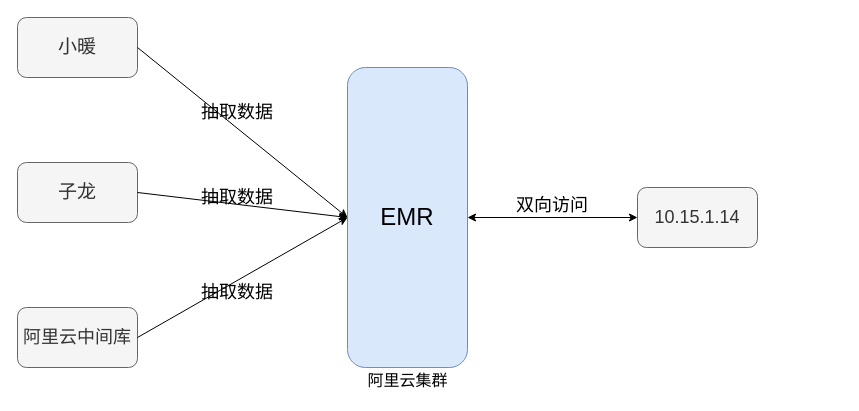
This is pet_data_warehouse/网络访问图.drawio from fangzheng0518/draw, a draw.io file, before an edit. Source tidied: cells renumbered, new cells numbered last; positions are measured from the earlier drawing's top-left corner, leaving out a move shared by most shapes. Both pictures are drawn from the tidied source at 100%, with x=0, y=0 at pixel (17, 17).
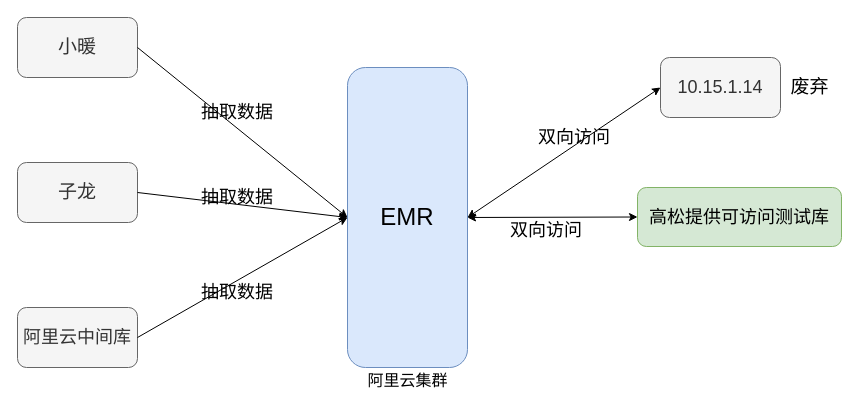
After the change.

Commit message:
更新网络访问图.drawio

The change refers to these unchanged cells:
```xml
<mxCell id="2" value="&lt;font style=&quot;font-size: 24px&quot;&gt;EMR&lt;/font&gt;" style="rounded=1;whiteSpace=wrap;html=1;fillColor=#dae8fc;strokeColor=#6c8ebf;" parent="1" vertex="1">
  <mxGeometry x="330" y="50" width="120" height="300" as="geometry" />
</mxCell>
```

Change to the diagram source:
```diff
@@
     <mxCell id="9" value="&lt;font style=&quot;font-size: 18px&quot;&gt;10.15.1.14&lt;/font&gt;" style="rounded=1;whiteSpace=wrap;html=1;fillColor=#f5f5f5;strokeColor=#666666;fontColor=#333333;" parent="1" vertex="1">
-      <mxGeometry x="620" y="170" width="120" height="60" as="geometry" />
+      <mxGeometry x="643" y="40" width="120" height="60" as="geometry" />
     </mxCell>
@@
     <mxCell id="11" value="&lt;font style=&quot;font-size: 18px&quot;&gt;双向访问&lt;/font&gt;" style="text;html=1;strokeColor=none;fillColor=none;align=center;verticalAlign=middle;whiteSpace=wrap;rounded=0;" parent="1" vertex="1">
-      <mxGeometry x="480" y="175" width="110" height="25" as="geometry" />
+      <mxGeometry x="502" y="107.5" width="110" height="25" as="geometry" />
     </mxCell>
@@
+    <mxCell id="16" value="&lt;font style=&quot;font-size: 18px&quot;&gt;高松提供可访问测试库&lt;/font&gt;" style="rounded=1;whiteSpace=wrap;html=1;fillColor=#d5e8d4;strokeColor=#82b366;" parent="1" vertex="1">
+      <mxGeometry x="620" y="170" width="204" height="59" as="geometry" />
+    </mxCell>
+    <mxCell id="17" style="endArrow=classic;startArrow=classic;html=1;exitX=1;exitY=0.5;exitDx=0;exitDy=0;entryX=0;entryY=0.5;entryDx=0;entryDy=0;" parent="1" edge="1" source="2" target="16">
+      <mxGeometry relative="1" as="geometry" />
+    </mxCell>
+    <mxCell id="18" value="&lt;font style=&quot;font-size: 18px&quot;&gt;双向访问&lt;/font&gt;" style="text;html=1;strokeColor=none;fillColor=none;align=center;verticalAlign=middle;whiteSpace=wrap;rounded=0;" parent="1" vertex="1">
+      <mxGeometry x="474" y="200" width="110" height="25" as="geometry" />
+    </mxCell>
+    <mxCell id="19" style="edgeStyle=orthogonalEdgeStyle;rounded=0;orthogonalLoop=1;jettySize=auto;html=1;exitX=0.5;exitY=1;exitDx=0;exitDy=0;" parent="1" edge="1" source="18" target="18">
+      <mxGeometry relative="1" as="geometry" />
+    </mxCell>
+    <mxCell id="20" value="&lt;font style=&quot;font-size: 19px&quot;&gt;废弃&lt;/font&gt;" style="text;html=1;strokeColor=none;fillColor=none;align=center;verticalAlign=middle;whiteSpace=wrap;rounded=0;" parent="1" vertex="1">
+      <mxGeometry x="761" y="60" width="63" height="20" as="geometry" />
+    </mxCell>
```
